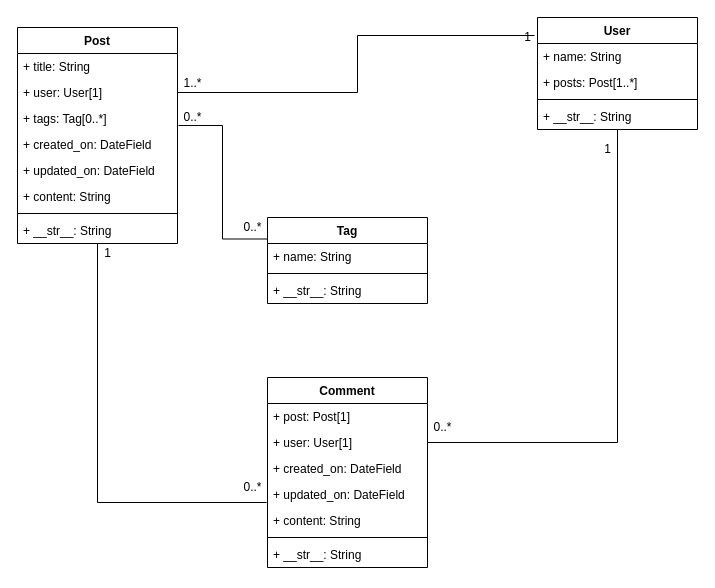
gopicci/simple-blog keeps this draw.io diagram as simple-blog.drawio. Above is the earlier version. Source tidied: cells renumbered, new cells numbered last; positions are measured from the earlier drawing's top-left corner, leaving out a move shared by most shapes. Both pictures are drawn from the tidied source at 100%, with x=0, y=0 at pixel (17, 17).
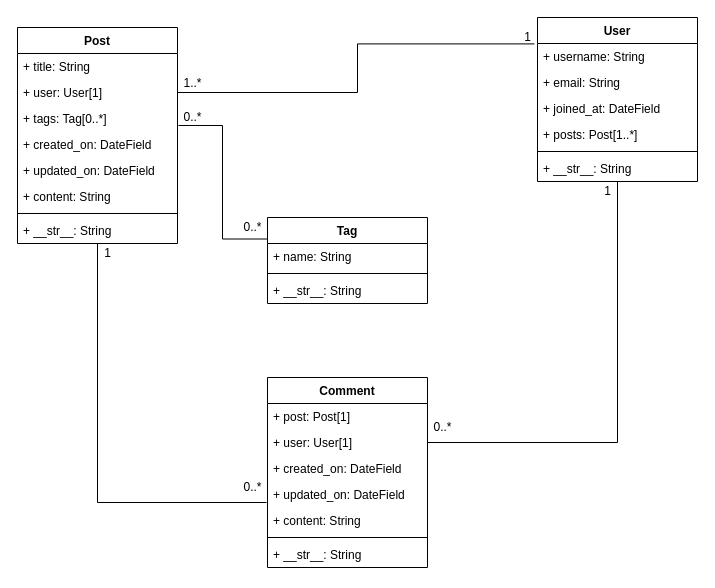
The same page after the edit.

The edit, as a diff of the source:
```diff
@@
     <mxCell id="34" value="1" style="text;html=1;align=center;verticalAlign=middle;" parent="1" vertex="1">
-      <mxGeometry x="580" y="122" width="20" height="20" as="geometry" />
+      <mxGeometry x="580" y="164" width="20" height="20" as="geometry" />
     </mxCell>
     <mxCell id="35" value="User" style="swimlane;fontStyle=1;align=center;verticalAlign=top;horizontal=1;startSize=26;" parent="1" vertex="1">
-      <mxGeometry x="520" width="160" height="112" as="geometry" />
+      <mxGeometry x="520" width="160" height="164" as="geometry" />
     </mxCell>
-    <mxCell id="36" value="+ name: String" style="text;strokeColor=none;fillColor=none;align=left;verticalAlign=top;spacingLeft=4;spacingRight=4;overflow=hidden;" parent="35" vertex="1">
+    <mxCell id="36" value="+ username: String" style="text;strokeColor=none;fillColor=none;align=left;verticalAlign=top;spacingLeft=4;spacingRight=4;overflow=hidden;" parent="35" vertex="1">
       <mxGeometry y="26" width="160" height="26" as="geometry" />
     </mxCell>
+    <mxCell id="40" value="+ email: String" style="text;strokeColor=none;fillColor=none;align=left;verticalAlign=top;spacingLeft=4;spacingRight=4;overflow=hidden;" parent="35" vertex="1">
+      <mxGeometry y="52" width="160" height="26" as="geometry" />
+    </mxCell>
+    <mxCell id="41" value="+ joined_at: DateField" style="text;strokeColor=none;fillColor=none;align=left;verticalAlign=top;spacingLeft=4;spacingRight=4;overflow=hidden;" parent="35" vertex="1">
+      <mxGeometry y="78" width="160" height="26" as="geometry" />
+    </mxCell>
     <mxCell id="37" value="+ posts: Post[1..*]" style="text;strokeColor=none;fillColor=none;align=left;verticalAlign=top;spacingLeft=4;spacingRight=4;overflow=hidden;" parent="35" vertex="1">
-      <mxGeometry y="52" width="160" height="26" as="geometry" />
+      <mxGeometry y="104" width="160" height="26" as="geometry" />
     </mxCell>
     <mxCell id="38" style="line;strokeWidth=1;fillColor=none;align=left;verticalAlign=middle;spacingTop=-1;spacingLeft=3;spacingRight=3;labelPosition=right;" parent="35" vertex="1">
-      <mxGeometry y="78" width="160" height="8" as="geometry" />
+      <mxGeometry y="130" width="160" height="8" as="geometry" />
     </mxCell>
     <mxCell id="39" value="+ __str__: String" style="text;strokeColor=none;fillColor=none;align=left;verticalAlign=top;spacingLeft=4;spacingRight=4;overflow=hidden;" parent="35" vertex="1">
-      <mxGeometry y="86" width="160" height="26" as="geometry" />
+      <mxGeometry y="138" width="160" height="26" as="geometry" />
     </mxCell>
```
